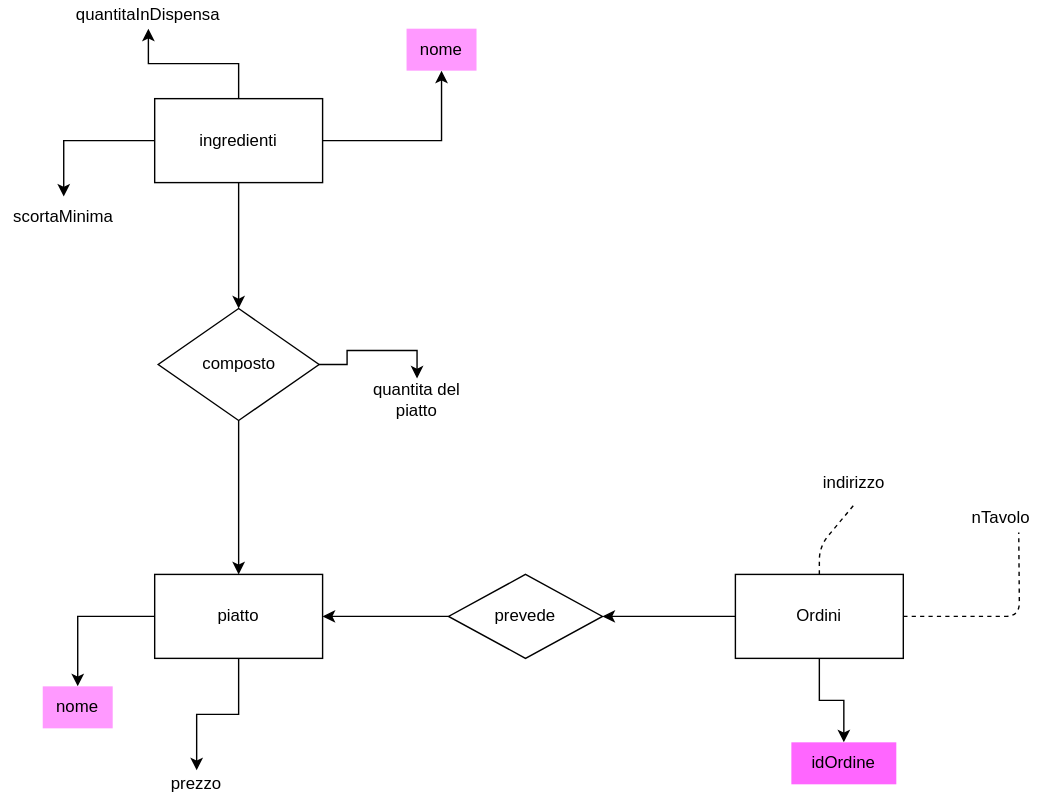
The draw.io diagram E-R_diagram.svg in Santeenee/ExamProject, before a commit. Source tidied: cells renumbered, new cells last; positions are measured from the earlier drawing's top-left corner, leaving out a move shared by most shapes.
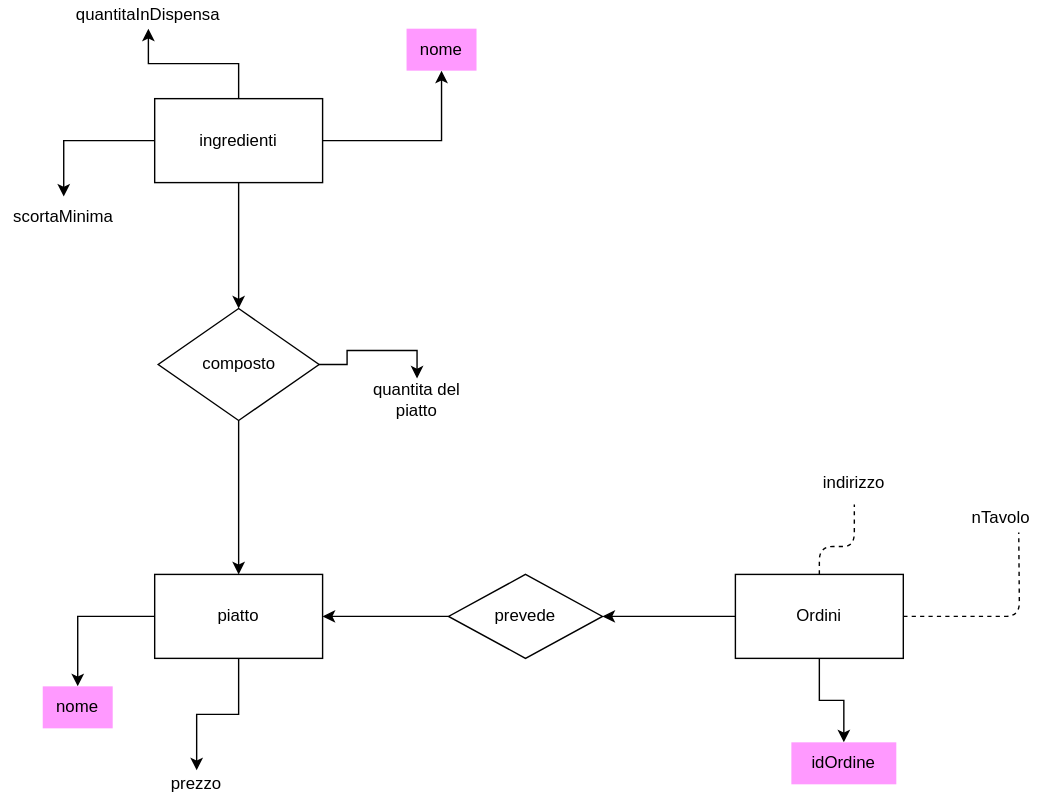
Above is the later version.

Diff of the diagram source:
```diff
@@ -68,7 +68,7 @@
     <mxCell id="23" value="nome" style="text;html=1;strokeColor=none;fillColor=#FF99FF;align=center;verticalAlign=middle;whiteSpace=wrap;rounded=0;" parent="1" vertex="1">
       <mxGeometry x="30" y="490" width="50" height="30" as="geometry" />
     </mxCell>
-    <mxCell id="24" value="idOrdine" style="text;html=1;strokeColor=none;fillColor=#FF66FF;align=center;verticalAlign=middle;whiteSpace=wrap;rounded=0;" parent="1" vertex="1">
+    <mxCell id="24" value="idOrdine" style="text;html=1;strokeColor=none;fillColor=#FF99FF;align=center;verticalAlign=middle;whiteSpace=wrap;rounded=0;" parent="1" vertex="1">
       <mxGeometry x="565" y="530" width="75" height="30" as="geometry" />
     </mxCell>
     <mxCell id="25" value="indirizzo" style="text;html=1;strokeColor=none;fillColor=none;align=center;verticalAlign=middle;whiteSpace=wrap;rounded=0;" parent="1" vertex="1">
@@ -78,6 +78,7 @@
       <mxGeometry relative="1" as="geometry">
         <Array as="points">
           <mxPoint x="585" y="390" />
+          <mxPoint x="610" y="390" />
         </Array>
       </mxGeometry>
     </mxCell>
```
